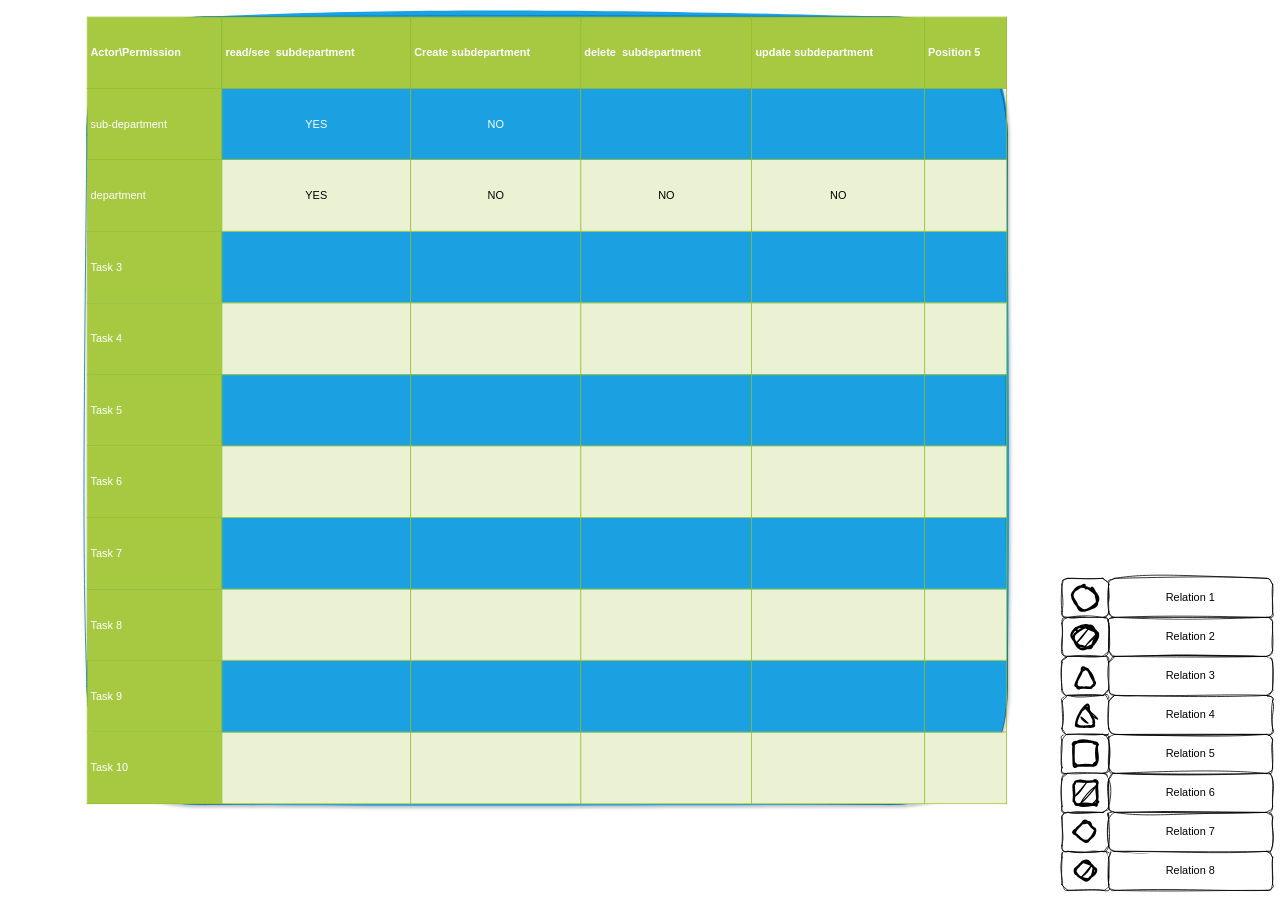
DanielVacha-dv/MFMicroservVyvsysS4GraphQL keeps this draw.io diagram as drawio/Diagram bez názvu.drawio. Above is the earlier version. Source tidied: cells renumbered, new cells numbered last; positions are measured from the earlier drawing's top-left corner, leaving out a move shared by most shapes. Both pictures are drawn from the tidied source at 78%, with x=0, y=0 at pixel (87, 16).
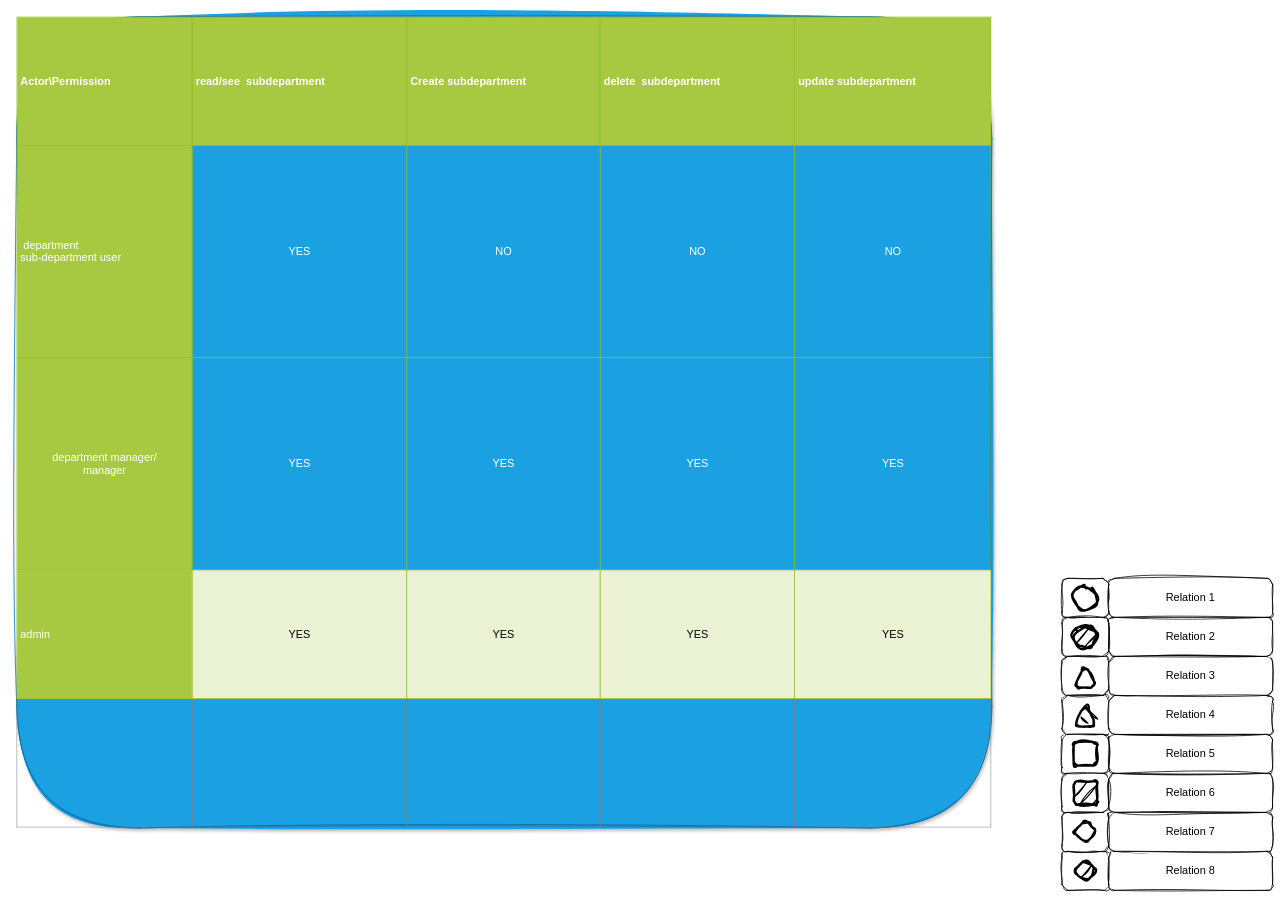
The same page after the edit.

The edit, as a diff of the source:
```diff
@@
-    <mxCell id="26" value="&lt;table border=&quot;1&quot; width=&quot;100%&quot; cellpadding=&quot;4&quot; style=&quot;width: 100% ; height: 100% ; border-collapse: collapse&quot;&gt;&lt;tbody&gt;&lt;tr style=&quot;background-color: #a7c942 ; color: #ffffff ; border: 1px solid #98bf21&quot;&gt;&lt;th&gt;Actor\Permission&lt;/th&gt;&lt;th&gt;read/see&amp;nbsp; subdepartment&lt;/th&gt;&lt;th&gt;Create subdepartment&lt;/th&gt;&lt;th&gt;delete&amp;nbsp; subdepartment&lt;/th&gt;&lt;th&gt;update subdepartment&lt;/th&gt;&lt;th&gt;Position 5&lt;/th&gt;&lt;/tr&gt;&lt;tr style=&quot;border: 1px solid #98bf21&quot;&gt;&lt;td style=&quot;background-color: #a7c942 ; color: #ffffff ; border: 1px solid #98bf21&quot;&gt;sub-department&lt;/td&gt;&lt;td style=&quot;text-align: center;&quot;&gt;YES&lt;/td&gt;&lt;td style=&quot;text-align: center;&quot;&gt;NO&lt;/td&gt;&lt;td&gt;&lt;br&gt;&lt;/td&gt;&lt;td&gt;&lt;br&gt;&lt;/td&gt;&lt;td&gt;&lt;br&gt;&lt;/td&gt;&lt;/tr&gt;&lt;tr style=&quot;background-color: #eaf2d3 ; border: 1px solid #98bf21&quot;&gt;&lt;td style=&quot;background-color: #a7c942 ; color: #ffffff ; border: 1px solid #98bf21&quot;&gt;department&lt;/td&gt;&lt;td style=&quot;text-align: center;&quot;&gt;&lt;font color=&quot;#000000&quot;&gt;YES&lt;/font&gt;&lt;/td&gt;&lt;td style=&quot;text-align: center;&quot;&gt;&lt;font color=&quot;#000000&quot;&gt;NO&lt;/font&gt;&lt;/td&gt;&lt;td style=&quot;text-align: center;&quot;&gt;&lt;span style=&quot;color: rgb(0, 0, 0);&quot;&gt;NO&lt;/span&gt;&lt;br&gt;&lt;/td&gt;&lt;td style=&quot;text-align: center;&quot;&gt;&lt;span style=&quot;color: rgb(0, 0, 0);&quot;&gt;NO&lt;/span&gt;&lt;br&gt;&lt;/td&gt;&lt;td&gt;&lt;br&gt;&lt;/td&gt;&lt;/tr&gt;&lt;tr style=&quot;border: 1px solid #98bf21&quot;&gt;&lt;td style=&quot;background-color: #a7c942 ; color: #ffffff ; border: 1px solid #98bf21&quot;&gt;Task 3&lt;/td&gt;&lt;td&gt;&lt;/td&gt;&lt;td&gt;&lt;/td&gt;&lt;td&gt;&lt;br&gt;&lt;/td&gt;&lt;td&gt;&lt;br&gt;&lt;/td&gt;&lt;td&gt;&lt;br&gt;&lt;/td&gt;&lt;/tr&gt;&lt;tr style=&quot;background-color: #eaf2d3 ; border: 1px solid #98bf21&quot;&gt;&lt;td style=&quot;background-color: #a7c942 ; color: #ffffff ; border: 1px solid #98bf21&quot;&gt;Task 4&lt;/td&gt;&lt;td&gt;&lt;/td&gt;&lt;td&gt;&lt;/td&gt;&lt;td&gt;&lt;br&gt;&lt;/td&gt;&lt;td&gt;&lt;br&gt;&lt;/td&gt;&lt;td&gt;&lt;br&gt;&lt;/td&gt;&lt;/tr&gt;&lt;tr style=&quot;border: 1px solid #98bf21&quot;&gt;&lt;td style=&quot;background-color: #a7c942 ; color: #ffffff ; border: 1px solid #98bf21&quot;&gt;Task 5&lt;br&gt;&lt;/td&gt;&lt;td&gt;&lt;br&gt;&lt;/td&gt;&lt;td&gt;&lt;br&gt;&lt;/td&gt;&lt;td&gt;&lt;br&gt;&lt;/td&gt;&lt;td&gt;&lt;br&gt;&lt;/td&gt;&lt;td&gt;&lt;br&gt;&lt;/td&gt;&lt;/tr&gt;&lt;tr style=&quot;background-color: #eaf2d3 ; border: 1px solid #98bf21&quot;&gt;&lt;td style=&quot;background-color: #a7c942 ; color: #ffffff ; border: 1px solid #98bf21&quot;&gt;Task 6&lt;br&gt;&lt;/td&gt;&lt;td&gt;&lt;br&gt;&lt;/td&gt;&lt;td&gt;&lt;br&gt;&lt;/td&gt;&lt;td&gt;&lt;br&gt;&lt;/td&gt;&lt;td&gt;&lt;br&gt;&lt;/td&gt;&lt;td&gt;&lt;br&gt;&lt;/td&gt;&lt;/tr&gt;&lt;tr style=&quot;border: 1px solid #98bf21&quot;&gt;&lt;td style=&quot;background-color: #a7c942 ; color: #ffffff ; border: 1px solid #98bf21&quot;&gt;Task 7&lt;br&gt;&lt;/td&gt;&lt;td&gt;&lt;br&gt;&lt;/td&gt;&lt;td&gt;&lt;br&gt;&lt;/td&gt;&lt;td&gt;&lt;br&gt;&lt;/td&gt;&lt;td&gt;&lt;br&gt;&lt;/td&gt;&lt;td&gt;&lt;br&gt;&lt;/td&gt;&lt;/tr&gt;&lt;tr style=&quot;background-color: #eaf2d3 ; border: 1px solid #98bf21&quot;&gt;&lt;td style=&quot;background-color: #a7c942 ; color: #ffffff ; border: 1px solid #98bf21&quot;&gt;Task 8&lt;br&gt;&lt;/td&gt;&lt;td&gt;&lt;br&gt;&lt;/td&gt;&lt;td&gt;&lt;br&gt;&lt;/td&gt;&lt;td&gt;&lt;br&gt;&lt;/td&gt;&lt;td&gt;&lt;br&gt;&lt;/td&gt;&lt;td&gt;&lt;br&gt;&lt;/td&gt;&lt;/tr&gt;&lt;tr style=&quot;border: 1px solid #98bf21&quot;&gt;&lt;td style=&quot;background-color: #a7c942 ; color: #ffffff ; border: 1px solid #98bf21&quot;&gt;Task 9&lt;br&gt;&lt;/td&gt;&lt;td&gt;&lt;br&gt;&lt;/td&gt;&lt;td&gt;&lt;br&gt;&lt;/td&gt;&lt;td&gt;&lt;br&gt;&lt;/td&gt;&lt;td&gt;&lt;br&gt;&lt;/td&gt;&lt;td&gt;&lt;br&gt;&lt;/td&gt;&lt;/tr&gt;&lt;tr style=&quot;background-color: #eaf2d3 ; border: 1px solid #98bf21&quot;&gt;&lt;td style=&quot;background-color: #a7c942 ; color: #ffffff ; border: 1px solid #98bf21&quot;&gt;Task 10&lt;br&gt;&lt;/td&gt;&lt;td&gt;&lt;br&gt;&lt;/td&gt;&lt;td&gt;&lt;br&gt;&lt;/td&gt;&lt;td&gt;&lt;br&gt;&lt;/td&gt;&lt;td&gt;&lt;br&gt;&lt;/td&gt;&lt;td&gt;&lt;br&gt;&lt;/td&gt;&lt;/tr&gt;&lt;/tbody&gt;&lt;/table&gt;" style="text;html=1;overflow=fill;rounded=1;shadow=1;fontSize=14;sketch=1;curveFitting=1;jiggle=2;fillStyle=solid;glass=0;fillColor=#1ba1e2;fontColor=#ffffff;strokeColor=#006EAF;" parent="1" vertex="1">
-      <mxGeometry width="1180" height="1010" as="geometry" />
+    <mxCell id="26" value="&lt;table border=&quot;1&quot; width=&quot;100%&quot; cellpadding=&quot;4&quot; style=&quot;width: 100% ; height: 100% ; border-collapse: collapse&quot;&gt;&lt;tbody&gt;&lt;tr style=&quot;background-color: #a7c942 ; color: #ffffff ; border: 1px solid #98bf21&quot;&gt;&lt;th&gt;Actor\Permission&lt;/th&gt;&lt;th&gt;read/see&amp;nbsp; subdepartment&lt;/th&gt;&lt;th&gt;Create subdepartment&lt;/th&gt;&lt;th&gt;delete&amp;nbsp; subdepartment&lt;/th&gt;&lt;th&gt;update subdepartment&lt;/th&gt;&lt;/tr&gt;&lt;tr style=&quot;border: 1px solid #98bf21&quot;&gt;&lt;td style=&quot;background-color: #a7c942 ; color: #ffffff ; border: 1px solid #98bf21&quot;&gt;&amp;nbsp;department &lt;br&gt;sub-department user&lt;/td&gt;&lt;td style=&quot;text-align: center;&quot;&gt;YES&lt;/td&gt;&lt;td style=&quot;text-align: center;&quot;&gt;NO&lt;/td&gt;&lt;td style=&quot;text-align: center;&quot;&gt;&lt;span style=&quot;&quot;&gt;NO&lt;/span&gt;&lt;br&gt;&lt;/td&gt;&lt;td style=&quot;text-align: center;&quot;&gt;NO&lt;br&gt;&lt;/td&gt;&lt;/tr&gt;&lt;tr style=&quot;border: 1px solid #98bf21&quot;&gt;&lt;td style=&quot;text-align: center; background-color: rgb(167, 201, 66); color: rgb(255, 255, 255); border: 1px solid rgb(152, 191, 33);&quot;&gt;department manager/&lt;br&gt;manager&lt;/td&gt;&lt;td style=&quot;text-align: center;&quot;&gt;&lt;span style=&quot;&quot;&gt;YES&lt;/span&gt;&lt;/td&gt;&lt;td style=&quot;text-align: center;&quot;&gt;&lt;span style=&quot;&quot;&gt;YES&lt;/span&gt;&lt;/td&gt;&lt;td style=&quot;text-align: center;&quot;&gt;&lt;span style=&quot;&quot;&gt;YES&lt;/span&gt;&lt;br&gt;&lt;/td&gt;&lt;td style=&quot;text-align: center;&quot;&gt;&lt;span style=&quot;&quot;&gt;YES&lt;/span&gt;&lt;br&gt;&lt;/td&gt;&lt;/tr&gt;&lt;tr style=&quot;background-color: #eaf2d3 ; border: 1px solid #98bf21&quot;&gt;&lt;td style=&quot;background-color: #a7c942 ; color: #ffffff ; border: 1px solid #98bf21&quot;&gt;admin&lt;/td&gt;&lt;td style=&quot;text-align: center;&quot;&gt;&lt;span style=&quot;color: rgb(0, 0, 0);&quot;&gt;YES&lt;/span&gt;&lt;/td&gt;&lt;td style=&quot;text-align: center;&quot;&gt;&lt;span style=&quot;color: rgb(0, 0, 0);&quot;&gt;YES&lt;/span&gt;&lt;/td&gt;&lt;td style=&quot;text-align: center;&quot;&gt;&lt;span style=&quot;color: rgb(0, 0, 0);&quot;&gt;YES&lt;/span&gt;&lt;br&gt;&lt;/td&gt;&lt;td style=&quot;text-align: center;&quot;&gt;&lt;span style=&quot;color: rgb(0, 0, 0);&quot;&gt;YES&lt;/span&gt;&lt;br&gt;&lt;/td&gt;&lt;/tr&gt;&lt;tr&gt;&lt;td&gt;&lt;br&gt;&lt;/td&gt;&lt;td&gt;&lt;br&gt;&lt;/td&gt;&lt;td&gt;&lt;br&gt;&lt;/td&gt;&lt;td&gt;&lt;br&gt;&lt;/td&gt;&lt;td&gt;&lt;br&gt;&lt;/td&gt;&lt;/tr&gt;&lt;/tbody&gt;&lt;/table&gt;" style="text;html=1;overflow=fill;rounded=1;shadow=1;fontSize=14;sketch=1;curveFitting=1;jiggle=2;fillStyle=solid;glass=0;fillColor=#1ba1e2;fontColor=#ffffff;strokeColor=#006EAF;" parent="1" vertex="1">
+      <mxGeometry x="-90" width="1250" height="1040" as="geometry" />
     </mxCell>
```
